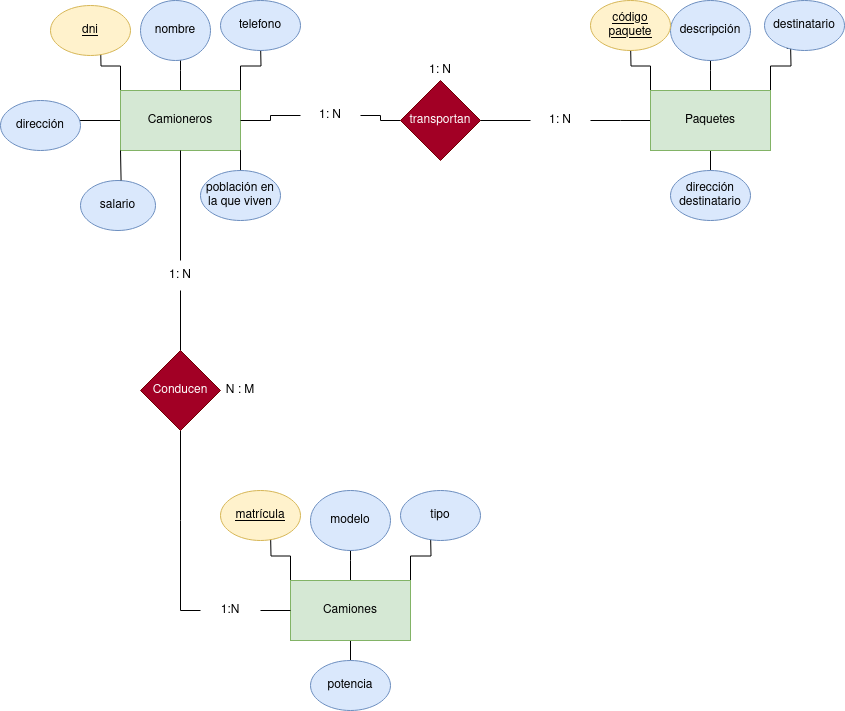
Above: Unidad-1/Tareas/Tarea-4/Tarea-4.drawio.png in jpprguezz/BAE (draw.io), before the change. Source tidied: cells renumbered, new cells last; positions are measured from the earlier drawing's top-left corner, leaving out a move shared by most shapes. Its diagram source:
```xml
<mxGraphModel>
  <root>
    <mxCell id="0" />
    <mxCell id="1" parent="0" />
    <mxCell id="2" style="edgeStyle=orthogonalEdgeStyle;rounded=0;jettySize=auto;html=1;" parent="1" edge="1" source="9">
      <mxGeometry relative="1" as="geometry">
        <mxPoint x="180" y="50" as="targetPoint" />
      </mxGeometry>
    </mxCell>
    <mxCell id="3" style="edgeStyle=orthogonalEdgeStyle;rounded=0;jettySize=auto;html=1;exitX=1;exitY=0;exitDx=0;exitDy=0;" parent="1" edge="1" source="9">
      <mxGeometry relative="1" as="geometry">
        <mxPoint x="260" y="40" as="targetPoint" />
      </mxGeometry>
    </mxCell>
    <mxCell id="4" style="edgeStyle=orthogonalEdgeStyle;rounded=0;jettySize=auto;html=1;exitX=0;exitY=0;exitDx=0;exitDy=0;" parent="1" edge="1" source="9">
      <mxGeometry relative="1" as="geometry">
        <mxPoint x="100" y="40" as="targetPoint" />
      </mxGeometry>
    </mxCell>
    <mxCell id="5" style="edgeStyle=orthogonalEdgeStyle;rounded=0;jettySize=auto;html=1;exitX=1;exitY=1;exitDx=0;exitDy=0;" parent="1" edge="1" source="16">
      <mxGeometry relative="1" as="geometry">
        <mxPoint x="240" y="190" as="targetPoint" />
      </mxGeometry>
    </mxCell>
    <mxCell id="6" style="edgeStyle=orthogonalEdgeStyle;rounded=0;jettySize=auto;html=1;exitX=1;exitY=0.5;exitDx=0;exitDy=0;endArrow=none;endFill=0;" parent="1" edge="1" source="47" target="18">
      <mxGeometry relative="1" as="geometry" />
    </mxCell>
    <mxCell id="7" style="edgeStyle=orthogonalEdgeStyle;rounded=0;jettySize=auto;html=1;exitX=0;exitY=0.5;exitDx=0;exitDy=0;endArrow=none;endFill=0;" parent="1" edge="1" source="9">
      <mxGeometry relative="1" as="geometry">
        <mxPoint x="60" y="120" as="targetPoint" />
      </mxGeometry>
    </mxCell>
    <mxCell id="8" style="edgeStyle=orthogonalEdgeStyle;rounded=0;jettySize=auto;html=1;exitX=0.5;exitY=1;exitDx=0;exitDy=0;endArrow=none;endFill=0;" parent="1" edge="1" source="42" target="30">
      <mxGeometry relative="1" as="geometry" />
    </mxCell>
    <mxCell id="9" value="Camioneros" style="rounded=0;whiteSpace=wrap;html=1;fillColor=#d5e8d4;strokeColor=#82b366;" parent="1" vertex="1">
      <mxGeometry x="120" y="90" width="120" height="60" as="geometry" />
    </mxCell>
    <mxCell id="10" value="salario" style="ellipse;whiteSpace=wrap;html=1;fillColor=#dae8fc;strokeColor=#6c8ebf;" parent="1" vertex="1">
      <mxGeometry x="80" y="180" width="75" height="50" as="geometry" />
    </mxCell>
    <mxCell id="11" value="telefono" style="ellipse;whiteSpace=wrap;html=1;fillColor=#dae8fc;strokeColor=#6c8ebf;" parent="1" vertex="1">
      <mxGeometry x="220" width="80" height="50" as="geometry" />
    </mxCell>
    <mxCell id="12" value="nombre" style="ellipse;whiteSpace=wrap;html=1;fillColor=#dae8fc;strokeColor=#6c8ebf;" parent="1" vertex="1">
      <mxGeometry x="140" width="70" height="60" as="geometry" />
    </mxCell>
    <mxCell id="13" value="&lt;u&gt;dni&lt;/u&gt;" style="ellipse;whiteSpace=wrap;html=1;fillColor=#fff2cc;strokeColor=#d6b656;" parent="1" vertex="1">
      <mxGeometry x="50" y="5" width="80" height="50" as="geometry" />
    </mxCell>
    <mxCell id="14" value="dirección" style="ellipse;whiteSpace=wrap;html=1;fillColor=#dae8fc;strokeColor=#6c8ebf;" parent="1" vertex="1">
      <mxGeometry y="100" width="80" height="50" as="geometry" />
    </mxCell>
    <mxCell id="15" style="edgeStyle=orthogonalEdgeStyle;rounded=0;jettySize=auto;html=1;exitX=1;exitY=1;exitDx=0;exitDy=0;endArrow=none;endFill=0;" parent="1" edge="1" source="9" target="16">
      <mxGeometry relative="1" as="geometry" />
    </mxCell>
    <mxCell id="16" value="población en la que viven" style="ellipse;whiteSpace=wrap;html=1;fillColor=#dae8fc;strokeColor=#6c8ebf;" parent="1" vertex="1">
      <mxGeometry x="200" y="170" width="80" height="50" as="geometry" />
    </mxCell>
    <mxCell id="17" style="edgeStyle=orthogonalEdgeStyle;rounded=0;jettySize=auto;html=1;exitX=1;exitY=0.5;exitDx=0;exitDy=0;startArrow=none;startFill=0;endArrow=none;endFill=0;" parent="1" edge="1" source="50">
      <mxGeometry relative="1" as="geometry">
        <mxPoint x="650" y="120" as="targetPoint" />
      </mxGeometry>
    </mxCell>
    <mxCell id="18" value="transportan" style="rhombus;whiteSpace=wrap;html=1;fillColor=#a20025;fontColor=#ffffff;strokeColor=#6F0000;" parent="1" vertex="1">
      <mxGeometry x="400" y="80" width="80" height="80" as="geometry" />
    </mxCell>
    <mxCell id="19" style="edgeStyle=orthogonalEdgeStyle;rounded=0;jettySize=auto;html=1;" parent="1" edge="1" source="23">
      <mxGeometry relative="1" as="geometry">
        <mxPoint x="710" y="50" as="targetPoint" />
      </mxGeometry>
    </mxCell>
    <mxCell id="20" style="edgeStyle=orthogonalEdgeStyle;rounded=0;jettySize=auto;html=1;exitX=1;exitY=0;exitDx=0;exitDy=0;" parent="1" edge="1" source="23">
      <mxGeometry relative="1" as="geometry">
        <mxPoint x="790" y="40" as="targetPoint" />
      </mxGeometry>
    </mxCell>
    <mxCell id="21" style="edgeStyle=orthogonalEdgeStyle;rounded=0;jettySize=auto;html=1;exitX=0;exitY=0;exitDx=0;exitDy=0;" parent="1" edge="1" source="23">
      <mxGeometry relative="1" as="geometry">
        <mxPoint x="630" y="40" as="targetPoint" />
      </mxGeometry>
    </mxCell>
    <mxCell id="22" style="edgeStyle=orthogonalEdgeStyle;rounded=0;jettySize=auto;html=1;exitX=0.5;exitY=1;exitDx=0;exitDy=0;entryX=0.5;entryY=0;entryDx=0;entryDy=0;endArrow=none;endFill=0;" parent="1" edge="1" source="23" target="27">
      <mxGeometry relative="1" as="geometry" />
    </mxCell>
    <mxCell id="23" value="Paquetes" style="rounded=0;whiteSpace=wrap;html=1;fillColor=#d5e8d4;strokeColor=#82b366;" parent="1" vertex="1">
      <mxGeometry x="650" y="90" width="120" height="60" as="geometry" />
    </mxCell>
    <mxCell id="24" value="destinatario" style="ellipse;whiteSpace=wrap;html=1;fillColor=#dae8fc;strokeColor=#6c8ebf;" parent="1" vertex="1">
      <mxGeometry x="764" width="80" height="50" as="geometry" />
    </mxCell>
    <mxCell id="25" value="descripción" style="ellipse;whiteSpace=wrap;html=1;fillColor=#dae8fc;strokeColor=#6c8ebf;" parent="1" vertex="1">
      <mxGeometry x="670" width="80" height="60" as="geometry" />
    </mxCell>
    <mxCell id="26" value="&lt;u&gt;código paquete&lt;/u&gt;" style="ellipse;whiteSpace=wrap;html=1;fillColor=#fff2cc;strokeColor=#d6b656;" parent="1" vertex="1">
      <mxGeometry x="590" width="80" height="50" as="geometry" />
    </mxCell>
    <mxCell id="27" value="&lt;div&gt;dirección&lt;/div&gt;&lt;div&gt;destinatario&lt;br&gt;&lt;/div&gt;" style="ellipse;whiteSpace=wrap;html=1;fillColor=#dae8fc;strokeColor=#6c8ebf;" parent="1" vertex="1">
      <mxGeometry x="670" y="170" width="80" height="50" as="geometry" />
    </mxCell>
    <mxCell id="28" style="edgeStyle=orthogonalEdgeStyle;rounded=0;jettySize=auto;html=1;exitX=0;exitY=1;exitDx=0;exitDy=0;entryX=0.541;entryY=0;entryDx=0;entryDy=0;entryPerimeter=0;endArrow=none;endFill=0;" parent="1" edge="1" source="9" target="10">
      <mxGeometry relative="1" as="geometry" />
    </mxCell>
    <mxCell id="29" style="edgeStyle=orthogonalEdgeStyle;rounded=0;jettySize=auto;html=1;exitX=0.5;exitY=1;exitDx=0;exitDy=0;endArrow=none;endFill=0;" parent="1" edge="1" source="30">
      <mxGeometry relative="1" as="geometry">
        <mxPoint x="180" y="610" as="targetPoint" />
      </mxGeometry>
    </mxCell>
    <mxCell id="30" value="Conducen" style="rhombus;whiteSpace=wrap;html=1;fillColor=#a20025;fontColor=#ffffff;strokeColor=#6F0000;" parent="1" vertex="1">
      <mxGeometry x="140" y="350" width="80" height="80" as="geometry" />
    </mxCell>
    <mxCell id="31" style="edgeStyle=orthogonalEdgeStyle;rounded=0;jettySize=auto;html=1;" parent="1" edge="1" source="36">
      <mxGeometry relative="1" as="geometry">
        <mxPoint x="350" y="540" as="targetPoint" />
      </mxGeometry>
    </mxCell>
    <mxCell id="32" style="edgeStyle=orthogonalEdgeStyle;rounded=0;jettySize=auto;html=1;exitX=1;exitY=0;exitDx=0;exitDy=0;" parent="1" edge="1" source="36">
      <mxGeometry relative="1" as="geometry">
        <mxPoint x="430" y="530" as="targetPoint" />
      </mxGeometry>
    </mxCell>
    <mxCell id="33" style="edgeStyle=orthogonalEdgeStyle;rounded=0;jettySize=auto;html=1;exitX=0;exitY=0;exitDx=0;exitDy=0;" parent="1" edge="1" source="36">
      <mxGeometry relative="1" as="geometry">
        <mxPoint x="270" y="530" as="targetPoint" />
      </mxGeometry>
    </mxCell>
    <mxCell id="34" style="edgeStyle=orthogonalEdgeStyle;rounded=0;jettySize=auto;html=1;exitX=0.5;exitY=1;exitDx=0;exitDy=0;entryX=0.5;entryY=0;entryDx=0;entryDy=0;endArrow=none;endFill=0;" parent="1" edge="1" source="36" target="40">
      <mxGeometry relative="1" as="geometry" />
    </mxCell>
    <mxCell id="35" style="edgeStyle=orthogonalEdgeStyle;rounded=0;orthogonalLoop=1;jettySize=auto;html=1;exitX=0;exitY=0.5;exitDx=0;exitDy=0;endArrow=none;endFill=0;" parent="1" edge="1">
      <mxGeometry relative="1" as="geometry">
        <mxPoint x="200" y="610" as="sourcePoint" />
        <mxPoint x="180" y="610" as="targetPoint" />
      </mxGeometry>
    </mxCell>
    <mxCell id="36" value="Camiones" style="rounded=0;whiteSpace=wrap;html=1;fillColor=#d5e8d4;strokeColor=#82b366;" parent="1" vertex="1">
      <mxGeometry x="290" y="580" width="120" height="60" as="geometry" />
    </mxCell>
    <mxCell id="37" value="tipo" style="ellipse;whiteSpace=wrap;html=1;fillColor=#dae8fc;strokeColor=#6c8ebf;" parent="1" vertex="1">
      <mxGeometry x="400" y="490" width="80" height="50" as="geometry" />
    </mxCell>
    <mxCell id="38" value="modelo" style="ellipse;whiteSpace=wrap;html=1;fillColor=#dae8fc;strokeColor=#6c8ebf;" parent="1" vertex="1">
      <mxGeometry x="310" y="490" width="80" height="60" as="geometry" />
    </mxCell>
    <mxCell id="39" value="&lt;u&gt;matrícula&lt;/u&gt;" style="ellipse;whiteSpace=wrap;html=1;fillColor=#fff2cc;strokeColor=#d6b656;" parent="1" vertex="1">
      <mxGeometry x="220" y="490" width="80" height="50" as="geometry" />
    </mxCell>
    <mxCell id="40" value="potencia" style="ellipse;whiteSpace=wrap;html=1;fillColor=#dae8fc;strokeColor=#6c8ebf;" parent="1" vertex="1">
      <mxGeometry x="310" y="660" width="80" height="50" as="geometry" />
    </mxCell>
    <mxCell id="41" style="edgeStyle=orthogonalEdgeStyle;rounded=0;jettySize=auto;html=1;exitX=0.5;exitY=1;exitDx=0;exitDy=0;endArrow=none;endFill=0;" parent="1" edge="1" source="9" target="42">
      <mxGeometry relative="1" as="geometry" />
    </mxCell>
    <mxCell id="42" value="1: N" style="text;html=1;strokeColor=none;fillColor=none;align=center;verticalAlign=middle;whiteSpace=wrap;rounded=0;" parent="1" vertex="1">
      <mxGeometry x="150" y="260" width="60" height="30" as="geometry" />
    </mxCell>
    <mxCell id="43" value="N : M" style="text;html=1;strokeColor=none;fillColor=none;align=center;verticalAlign=middle;whiteSpace=wrap;rounded=0;" parent="1" vertex="1">
      <mxGeometry x="210" y="375" width="60" height="30" as="geometry" />
    </mxCell>
    <mxCell id="44" style="edgeStyle=orthogonalEdgeStyle;rounded=0;jettySize=auto;html=1;exitX=0;exitY=0.5;exitDx=0;exitDy=0;endArrow=none;endFill=0;" parent="1" edge="1" source="36">
      <mxGeometry relative="1" as="geometry">
        <mxPoint x="260" y="610" as="targetPoint" />
      </mxGeometry>
    </mxCell>
    <mxCell id="45" value="1:N" style="text;html=1;strokeColor=none;fillColor=none;align=center;verticalAlign=middle;whiteSpace=wrap;rounded=0;" parent="1" vertex="1">
      <mxGeometry x="200" y="595" width="60" height="30" as="geometry" />
    </mxCell>
    <mxCell id="46" style="edgeStyle=orthogonalEdgeStyle;rounded=0;jettySize=auto;html=1;exitX=1;exitY=0.5;exitDx=0;exitDy=0;endArrow=none;endFill=0;" parent="1" edge="1" source="9" target="47">
      <mxGeometry relative="1" as="geometry" />
    </mxCell>
    <mxCell id="47" value="1: N" style="text;html=1;strokeColor=none;fillColor=none;align=center;verticalAlign=middle;whiteSpace=wrap;rounded=0;" parent="1" vertex="1">
      <mxGeometry x="300" y="100" width="60" height="30" as="geometry" />
    </mxCell>
    <mxCell id="48" value="&lt;div&gt;1: N&lt;/div&gt;" style="text;html=1;strokeColor=none;fillColor=none;align=center;verticalAlign=middle;whiteSpace=wrap;rounded=0;" parent="1" vertex="1">
      <mxGeometry x="410" y="55" width="60" height="30" as="geometry" />
    </mxCell>
    <mxCell id="49" style="edgeStyle=orthogonalEdgeStyle;rounded=0;jettySize=auto;html=1;exitX=1;exitY=0.5;exitDx=0;exitDy=0;startArrow=none;startFill=0;endArrow=none;endFill=0;" parent="1" edge="1" source="18" target="50">
      <mxGeometry relative="1" as="geometry" />
    </mxCell>
    <mxCell id="50" value="&lt;div&gt;1: N&lt;/div&gt;" style="text;html=1;strokeColor=none;fillColor=none;align=center;verticalAlign=middle;whiteSpace=wrap;rounded=0;" parent="1" vertex="1">
      <mxGeometry x="530" y="105" width="60" height="30" as="geometry" />
    </mxCell>
  </root>
</mxGraphModel>
```
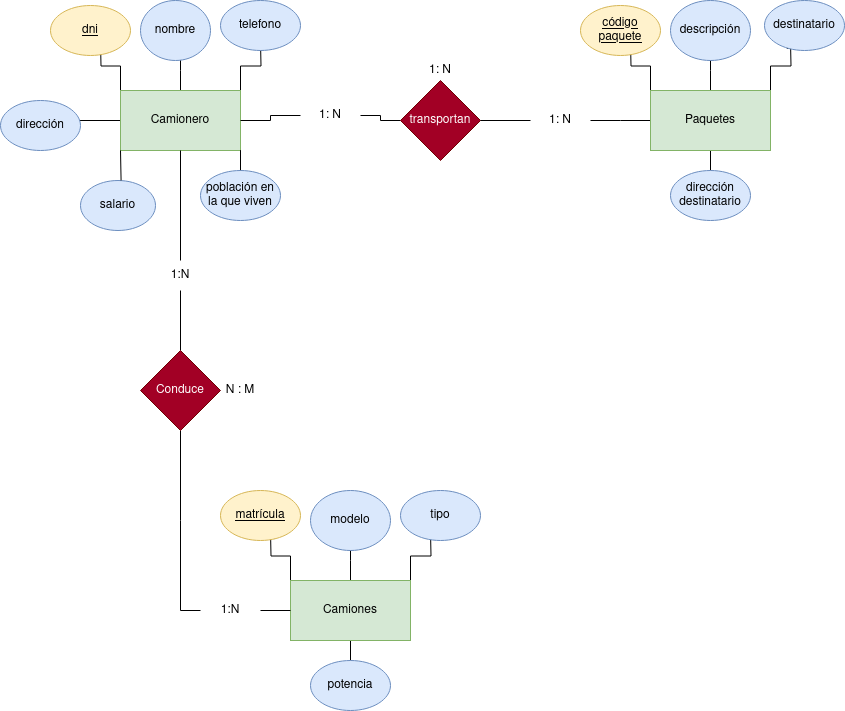
The same file after the commit.

What changed in the source:
```diff
@@ -33,7 +33,7 @@
     <mxCell id="8" style="edgeStyle=orthogonalEdgeStyle;rounded=0;jettySize=auto;html=1;exitX=0.5;exitY=1;exitDx=0;exitDy=0;endArrow=none;endFill=0;" parent="1" edge="1" source="42" target="30">
       <mxGeometry relative="1" as="geometry" />
     </mxCell>
-    <mxCell id="9" value="Camioneros" style="rounded=0;whiteSpace=wrap;html=1;fillColor=#d5e8d4;strokeColor=#82b366;" parent="1" vertex="1">
+    <mxCell id="9" value="Camionero" style="rounded=0;whiteSpace=wrap;html=1;fillColor=#d5e8d4;strokeColor=#82b366;" parent="1" vertex="1">
       <mxGeometry x="120" y="90" width="120" height="60" as="geometry" />
     </mxCell>
     <mxCell id="10" value="salario" style="ellipse;whiteSpace=wrap;html=1;fillColor=#dae8fc;strokeColor=#6c8ebf;" parent="1" vertex="1">
@@ -93,7 +93,7 @@
       <mxGeometry x="670" width="80" height="60" as="geometry" />
     </mxCell>
     <mxCell id="26" value="&lt;u&gt;código paquete&lt;/u&gt;" style="ellipse;whiteSpace=wrap;html=1;fillColor=#fff2cc;strokeColor=#d6b656;" parent="1" vertex="1">
-      <mxGeometry x="590" width="80" height="50" as="geometry" />
+      <mxGeometry x="580" y="5" width="80" height="50" as="geometry" />
     </mxCell>
     <mxCell id="27" value="&lt;div&gt;dirección&lt;/div&gt;&lt;div&gt;destinatario&lt;br&gt;&lt;/div&gt;" style="ellipse;whiteSpace=wrap;html=1;fillColor=#dae8fc;strokeColor=#6c8ebf;" parent="1" vertex="1">
       <mxGeometry x="670" y="170" width="80" height="50" as="geometry" />
@@ -106,7 +106,7 @@
         <mxPoint x="180" y="610" as="targetPoint" />
       </mxGeometry>
     </mxCell>
-    <mxCell id="30" value="Conducen" style="rhombus;whiteSpace=wrap;html=1;fillColor=#a20025;fontColor=#ffffff;strokeColor=#6F0000;" parent="1" vertex="1">
+    <mxCell id="30" value="Conduce" style="rhombus;whiteSpace=wrap;html=1;fillColor=#a20025;fontColor=#ffffff;strokeColor=#6F0000;" parent="1" vertex="1">
       <mxGeometry x="140" y="350" width="80" height="80" as="geometry" />
     </mxCell>
     <mxCell id="31" style="edgeStyle=orthogonalEdgeStyle;rounded=0;jettySize=auto;html=1;" parent="1" edge="1" source="36">
@@ -151,7 +151,7 @@
     <mxCell id="41" style="edgeStyle=orthogonalEdgeStyle;rounded=0;jettySize=auto;html=1;exitX=0.5;exitY=1;exitDx=0;exitDy=0;endArrow=none;endFill=0;" parent="1" edge="1" source="9" target="42">
       <mxGeometry relative="1" as="geometry" />
     </mxCell>
-    <mxCell id="42" value="1: N" style="text;html=1;strokeColor=none;fillColor=none;align=center;verticalAlign=middle;whiteSpace=wrap;rounded=0;" parent="1" vertex="1">
+    <mxCell id="42" value="1:N" style="text;html=1;strokeColor=none;fillColor=none;align=center;verticalAlign=middle;whiteSpace=wrap;rounded=0;" parent="1" vertex="1">
       <mxGeometry x="150" y="260" width="60" height="30" as="geometry" />
     </mxCell>
     <mxCell id="43" value="N : M" style="text;html=1;strokeColor=none;fillColor=none;align=center;verticalAlign=middle;whiteSpace=wrap;rounded=0;" parent="1" vertex="1">
```
